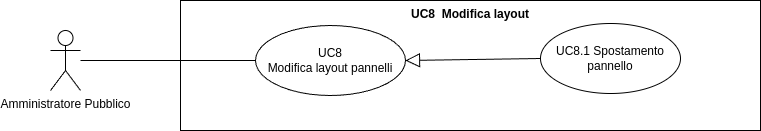
SWATEngineering/Docs keeps this draw.io diagram as src/3_PB/AnalisiDeiRequisiti/assets/UML/UC8.1_Spostamento-pannelli.png. Above is the earlier version. Source tidied: cells renumbered, new cells last; positions are measured from the earlier drawing's top-left corner, leaving out a move shared by most shapes. Source of this version:
```xml
<mxGraphModel>
  <root>
    <mxCell id="0" />
    <mxCell id="1" parent="0" />
    <mxCell id="2" value="Amministratore Pubblico" style="shape=umlActor;verticalLabelPosition=bottom;verticalAlign=top;html=1;outlineConnect=0;" parent="1" vertex="1">
      <mxGeometry y="30" width="30" height="60" as="geometry" />
    </mxCell>
    <mxCell id="3" value="UC8&amp;nbsp; Modifica layout" style="shape=rect;html=1;verticalAlign=top;fontStyle=1;whiteSpace=wrap;align=center;" parent="1" vertex="1">
      <mxGeometry x="130" width="580" height="130" as="geometry" />
    </mxCell>
    <mxCell id="4" value="UC8&lt;br&gt;Modifica layout pannelli" style="ellipse;whiteSpace=wrap;html=1;" parent="1" vertex="1">
      <mxGeometry x="205" y="25" width="150" height="70" as="geometry" />
    </mxCell>
    <mxCell id="5" style="edgeStyle=none;html=1;endArrow=none;verticalAlign=bottom;rounded=0;" parent="1" edge="1" source="2" target="4">
      <mxGeometry relative="1" as="geometry" />
    </mxCell>
    <mxCell id="6" style="edgeStyle=none;html=1;endArrow=block;endFill=0;endSize=12;verticalAlign=bottom;rounded=0;exitX=0;exitY=0.5;exitDx=0;exitDy=0;entryX=1;entryY=0.5;entryDx=0;entryDy=0;" parent="1" edge="1" source="7" target="4">
      <mxGeometry relative="1" as="geometry" />
    </mxCell>
    <mxCell id="7" value="UC8.1 Spostamento pannello" style="ellipse;whiteSpace=wrap;html=1;" parent="1" vertex="1">
      <mxGeometry x="490" y="23" width="140" height="70" as="geometry" />
    </mxCell>
  </root>
</mxGraphModel>
```
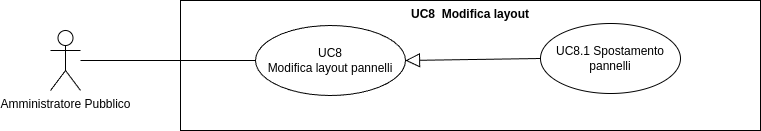
The same file after the commit.

Diff of the diagram source:
```diff
@@ -17,7 +17,7 @@
     <mxCell id="6" style="edgeStyle=none;html=1;endArrow=block;endFill=0;endSize=12;verticalAlign=bottom;rounded=0;exitX=0;exitY=0.5;exitDx=0;exitDy=0;entryX=1;entryY=0.5;entryDx=0;entryDy=0;" parent="1" edge="1" source="7" target="4">
       <mxGeometry relative="1" as="geometry" />
     </mxCell>
-    <mxCell id="7" value="UC8.1 Spostamento pannello" style="ellipse;whiteSpace=wrap;html=1;" parent="1" vertex="1">
+    <mxCell id="7" value="UC8.1 Spostamento pannelli" style="ellipse;whiteSpace=wrap;html=1;" parent="1" vertex="1">
       <mxGeometry x="490" y="23" width="140" height="70" as="geometry" />
     </mxCell>
   </root>
```
